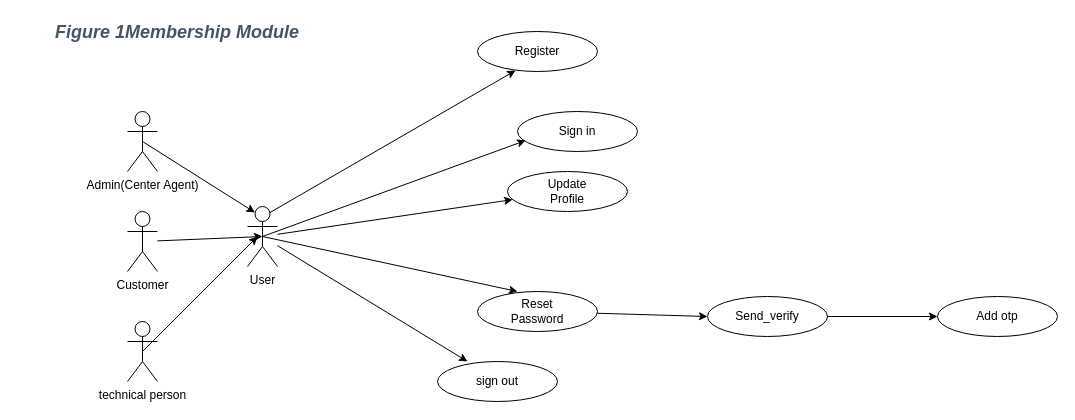
PG-Dac-Project/PG-DAC-Project keeps this draw.io diagram as figure01.drawio. Above is the earlier version. Source tidied: cells renumbered, new cells numbered last; positions are measured from the earlier drawing's top-left corner, leaving out a move shared by most shapes. Both pictures are drawn from the tidied source at 100%, with x=0, y=0 at pixel (17, 21).
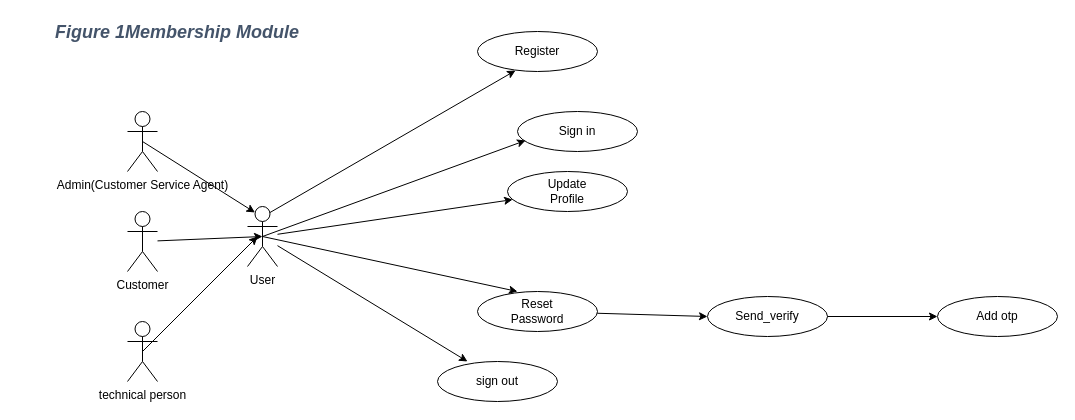
The same page after the edit.

Diff of the diagram source:
```diff
@@
-    <mxCell id="2" value="Admin(Center Agent)" style="shape=umlActor;verticalLabelPosition=bottom;verticalAlign=top;html=1;outlineConnect=0;" parent="1" vertex="1">
+    <mxCell id="2" value="Admin(Customer Service Agent)" style="shape=umlActor;verticalLabelPosition=bottom;verticalAlign=top;html=1;outlineConnect=0;" parent="1" vertex="1">
       <mxGeometry x="110" y="90" width="30" height="60" as="geometry" />
     </mxCell>
```
